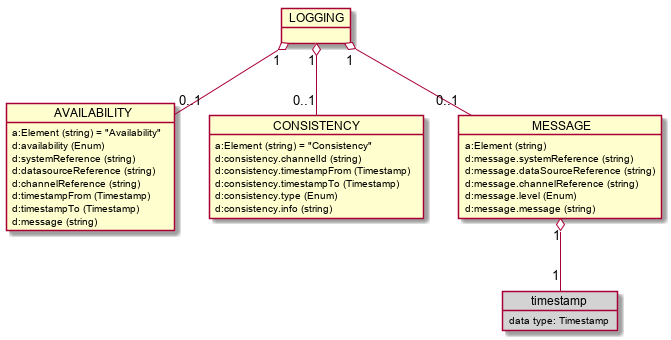
This is images/generated/rcmdx_logging_group.png from OpenRailAssociation/rcm-dx, a PlantUML export, as it was before one commit. The source it was exported from:
```plantuml
@startuml rcmdx_logging_group
  object LOGGING

  object AVAILABILITY {
    a:Element (string) = "Availability"
    d:availability (Enum)
    d:systemReference (string)
    d:datasourceReference (string)
    d:channelReference (string)
    d:timestampFrom (Timestamp)
    d:timestampTo (Timestamp)
    d:message (string)
  }
  LOGGING "1" o-- "0..1" AVAILABILITY

  object CONSISTENCY {
    a:Element (string) = "Consistency"
    d:consistency.channelId (string)
    d:consistency.timestampFrom (Timestamp)
    d:consistency.timestampTo (Timestamp)
    d:consistency.type (Enum)
    d:consistency.info (string)
  }
  LOGGING "1" o-- "0..1" CONSISTENCY

  object MESSAGE {
    a:Element (string)
    d:message.systemReference (string)
    d:message.dataSourceReference (string)
    d:message.channelReference (string)
    d:message.level (Enum)
    d:message.message (string)
  }
  LOGGING "1" o-- "0..1" MESSAGE

  object "timestamp" as msg_timestamp #LightGray {
    data type: Timestamp
  }
  MESSAGE "1" o-- "1" msg_timestamp
@enduml
```
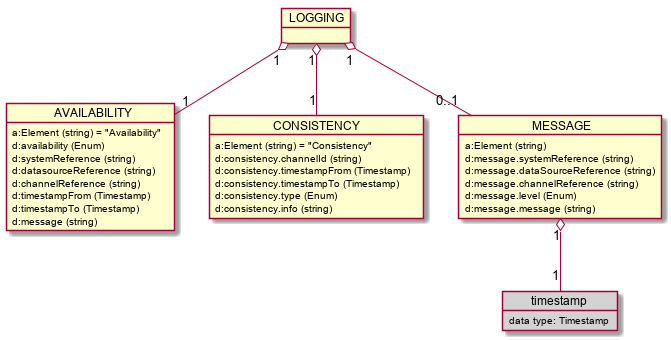
After the commit.

Change to the diagram source:
```diff
@@ -11,7 +11,7 @@
     d:timestampTo (Timestamp)
     d:message (string)
   }
-  LOGGING "1" o-- "0..1" AVAILABILITY
+  LOGGING "1" o-- "1" AVAILABILITY
 
   object CONSISTENCY {
     a:Element (string) = "Consistency"
@@ -21,7 +21,7 @@
     d:consistency.type (Enum)
     d:consistency.info (string)
   }
-  LOGGING "1" o-- "0..1" CONSISTENCY
+  LOGGING "1" o-- "1" CONSISTENCY
 
   object MESSAGE {
     a:Element (string)
```
